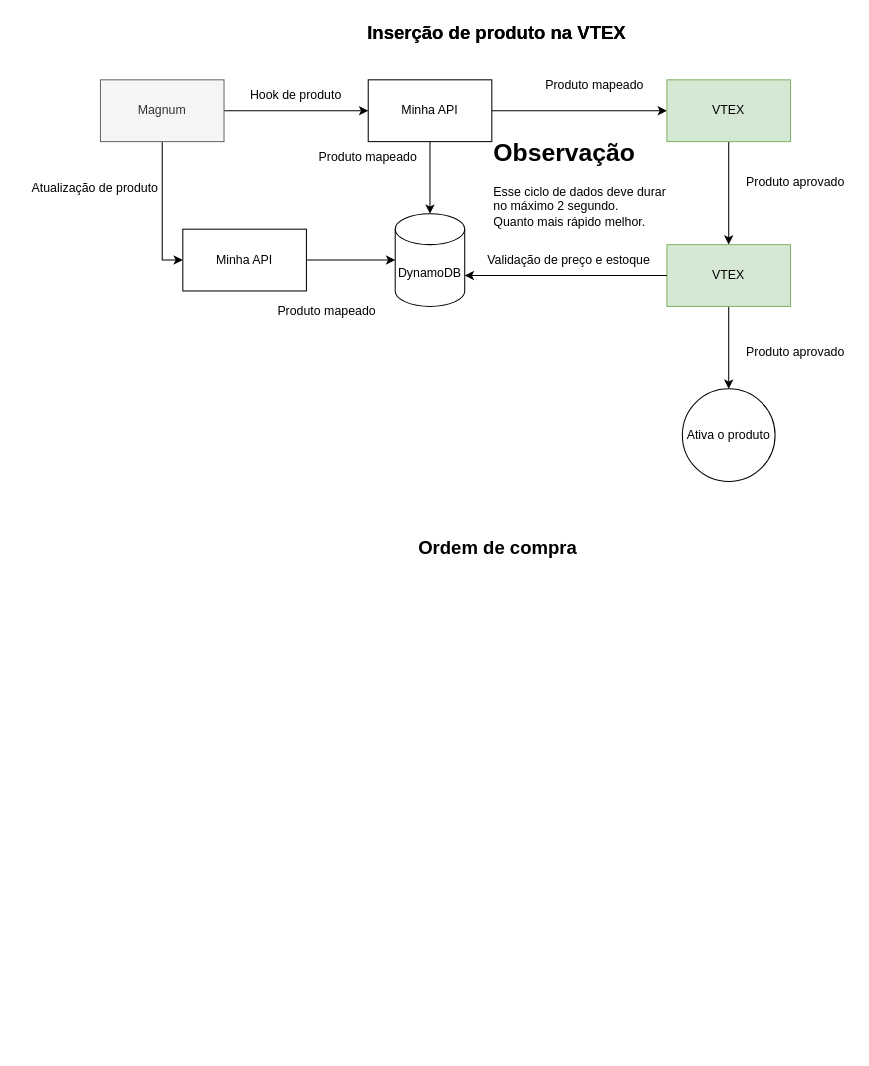
This is fluxo-tech-magnum.drawio from GustavoOliveira11/flowcharts, a draw.io file, before an edit. Source tidied: cells renumbered, new cells numbered last; positions are measured from the earlier drawing's top-left corner, leaving out a move shared by most shapes. Both pictures are drawn from the tidied source at 103%, with x=0, y=0 at pixel (18, 18).
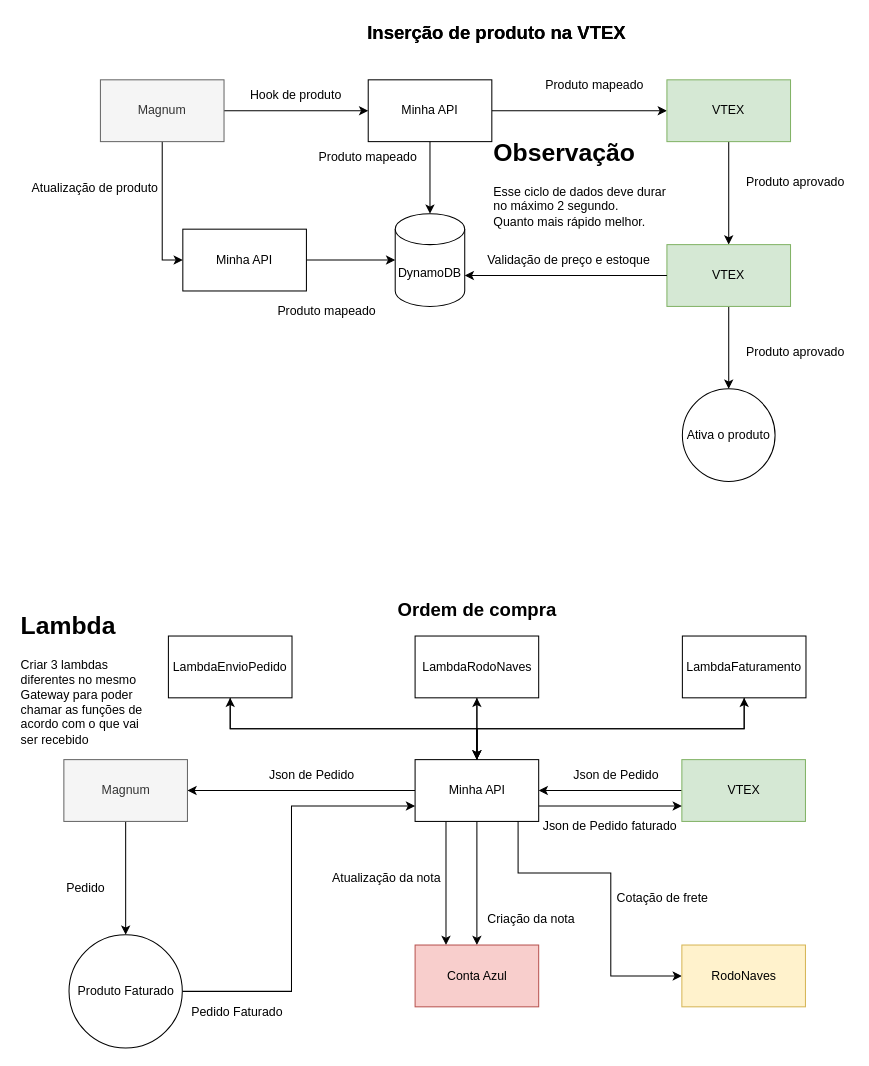
Above is the later version.

What changed in the source:
```diff
@@
     <mxCell id="28" value="Ordem de compra" style="text;html=1;align=center;verticalAlign=middle;whiteSpace=wrap;rounded=0;fontSize=18;fontStyle=1;" parent="1" vertex="1">
-      <mxGeometry x="311" y="500" width="310" height="30" as="geometry" />
+      <mxGeometry x="290.5" y="560" width="310" height="30" as="geometry" />
     </mxCell>
+    <mxCell id="29" style="edgeStyle=orthogonalEdgeStyle;rounded=0;jettySize=auto;html=1;entryX=1;entryY=0.5;entryDx=0;entryDy=0;" parent="1" edge="1" source="30" target="39">
+      <mxGeometry relative="1" as="geometry" />
+    </mxCell>
+    <mxCell id="30" value="VTEX" style="rounded=0;whiteSpace=wrap;html=1;fillColor=#d5e8d4;strokeColor=#82b366;" parent="1" vertex="1">
+      <mxGeometry x="644.5" y="720" width="120" height="60" as="geometry" />
+    </mxCell>
+    <mxCell id="31" style="edgeStyle=orthogonalEdgeStyle;rounded=0;jettySize=auto;html=1;entryX=1;entryY=0.5;entryDx=0;entryDy=0;" parent="1" edge="1" source="39" target="41">
+      <mxGeometry relative="1" as="geometry" />
+    </mxCell>
+    <mxCell id="32" style="edgeStyle=orthogonalEdgeStyle;rounded=0;jettySize=auto;html=1;entryX=0.5;entryY=0;entryDx=0;entryDy=0;" parent="1" edge="1" source="39" target="43">
+      <mxGeometry relative="1" as="geometry" />
+    </mxCell>
+    <mxCell id="33" style="edgeStyle=orthogonalEdgeStyle;rounded=0;jettySize=auto;html=1;entryX=0;entryY=0.5;entryDx=0;entryDy=0;exitX=0.825;exitY=1;exitDx=0;exitDy=0;exitPerimeter=0;" parent="1" edge="1" source="39" target="46">
+      <mxGeometry relative="1" as="geometry">
+        <Array as="points">
+          <mxPoint x="485.5" y="780" />
+          <mxPoint x="485.5" y="830" />
+          <mxPoint x="575.5" y="830" />
+          <mxPoint x="575.5" y="930" />
+        </Array>
+      </mxGeometry>
+    </mxCell>
+    <mxCell id="34" style="edgeStyle=orthogonalEdgeStyle;rounded=0;jettySize=auto;html=1;entryX=0.25;entryY=0;entryDx=0;entryDy=0;" parent="1" edge="1" source="39" target="43">
+      <mxGeometry relative="1" as="geometry">
+        <Array as="points">
+          <mxPoint x="415.5" y="810" />
+          <mxPoint x="415.5" y="810" />
+        </Array>
+      </mxGeometry>
+    </mxCell>
+    <mxCell id="35" style="edgeStyle=orthogonalEdgeStyle;rounded=0;jettySize=auto;html=1;entryX=0;entryY=0.75;entryDx=0;entryDy=0;" parent="1" edge="1" source="39" target="30">
+      <mxGeometry relative="1" as="geometry">
+        <Array as="points">
+          <mxPoint x="535.5" y="765" />
+          <mxPoint x="535.5" y="765" />
+        </Array>
+      </mxGeometry>
+    </mxCell>
+    <mxCell id="36" style="edgeStyle=orthogonalEdgeStyle;rounded=0;jettySize=auto;html=1;entryX=0.5;entryY=1;entryDx=0;entryDy=0;" parent="1" edge="1" source="39" target="59">
+      <mxGeometry relative="1" as="geometry">
+        <Array as="points">
+          <mxPoint x="446" y="690" />
+          <mxPoint x="705" y="690" />
+        </Array>
+      </mxGeometry>
+    </mxCell>
+    <mxCell id="37" style="edgeStyle=orthogonalEdgeStyle;rounded=0;jettySize=auto;html=1;entryX=0.5;entryY=1;entryDx=0;entryDy=0;" parent="1" edge="1" source="39" target="57">
+      <mxGeometry relative="1" as="geometry" />
+    </mxCell>
+    <mxCell id="38" style="edgeStyle=orthogonalEdgeStyle;rounded=0;jettySize=auto;html=1;entryX=0.5;entryY=1;entryDx=0;entryDy=0;" parent="1" edge="1" source="39" target="55">
+      <mxGeometry relative="1" as="geometry">
+        <Array as="points">
+          <mxPoint x="446" y="690" />
+          <mxPoint x="206" y="690" />
+        </Array>
+      </mxGeometry>
+    </mxCell>
+    <mxCell id="39" value="Minha API" style="rounded=0;whiteSpace=wrap;html=1;" parent="1" vertex="1">
+      <mxGeometry x="385.5" y="720" width="120" height="60" as="geometry" />
+    </mxCell>
+    <mxCell id="40" style="edgeStyle=orthogonalEdgeStyle;rounded=0;jettySize=auto;html=1;" parent="1" edge="1" source="41" target="45">
+      <mxGeometry relative="1" as="geometry" />
+    </mxCell>
+    <mxCell id="41" value="Magnum" style="rounded=0;whiteSpace=wrap;html=1;fillColor=#f5f5f5;fontColor=#333333;strokeColor=#666666;" parent="1" vertex="1">
+      <mxGeometry x="44.5" y="720" width="120" height="60" as="geometry" />
+    </mxCell>
+    <mxCell id="42" value="Json de Pedido" style="text;html=1;align=center;verticalAlign=middle;whiteSpace=wrap;rounded=0;" parent="1" vertex="1">
+      <mxGeometry x="535.5" y="720" width="90" height="30" as="geometry" />
+    </mxCell>
+    <mxCell id="43" value="Conta Azul" style="rounded=0;whiteSpace=wrap;html=1;fillColor=#f8cecc;strokeColor=#b85450;" parent="1" vertex="1">
+      <mxGeometry x="385.5" y="900" width="120" height="60" as="geometry" />
+    </mxCell>
+    <mxCell id="44" style="edgeStyle=orthogonalEdgeStyle;rounded=0;jettySize=auto;html=1;entryX=0;entryY=0.75;entryDx=0;entryDy=0;" parent="1" edge="1" source="45" target="39">
+      <mxGeometry relative="1" as="geometry">
+        <Array as="points">
+          <mxPoint x="265.5" y="945" />
+          <mxPoint x="265.5" y="765" />
+        </Array>
+      </mxGeometry>
+    </mxCell>
+    <mxCell id="45" value="Produto Faturado" style="ellipse;whiteSpace=wrap;html=1;" parent="1" vertex="1">
+      <mxGeometry x="49.5" y="890" width="110" height="110" as="geometry" />
+    </mxCell>
+    <mxCell id="46" value="RodoNaves" style="rounded=0;whiteSpace=wrap;html=1;fillColor=#fff2cc;strokeColor=#d6b656;" parent="1" vertex="1">
+      <mxGeometry x="644.5" y="900" width="120" height="60" as="geometry" />
+    </mxCell>
+    <mxCell id="47" value="Json de Pedido faturado" style="text;html=1;align=center;verticalAlign=middle;whiteSpace=wrap;rounded=0;" parent="1" vertex="1">
+      <mxGeometry x="506.5" y="770" width="136" height="30" as="geometry" />
+    </mxCell>
+    <mxCell id="48" value="Cotação de frete" style="text;html=1;align=center;verticalAlign=middle;whiteSpace=wrap;rounded=0;" parent="1" vertex="1">
+      <mxGeometry x="565.5" y="840" width="120" height="30" as="geometry" />
+    </mxCell>
+    <mxCell id="49" value="Criação da nota" style="text;html=1;align=center;verticalAlign=middle;whiteSpace=wrap;rounded=0;" parent="1" vertex="1">
+      <mxGeometry x="448.2" y="860" width="101" height="30" as="geometry" />
+    </mxCell>
+    <mxCell id="50" value="Atualização da nota" style="text;html=1;align=center;verticalAlign=middle;whiteSpace=wrap;rounded=0;" parent="1" vertex="1">
+      <mxGeometry x="300.5" y="820" width="114" height="30" as="geometry" />
+    </mxCell>
+    <mxCell id="51" value="Pedido Faturado" style="text;html=1;align=center;verticalAlign=middle;whiteSpace=wrap;rounded=0;" parent="1" vertex="1">
+      <mxGeometry x="159.5" y="950" width="106" height="30" as="geometry" />
+    </mxCell>
+    <mxCell id="52" value="Json de Pedido" style="text;html=1;align=center;verticalAlign=middle;whiteSpace=wrap;rounded=0;" parent="1" vertex="1">
+      <mxGeometry x="235.5" y="720" width="99" height="30" as="geometry" />
+    </mxCell>
+    <mxCell id="53" value="Pedido" style="text;html=1;align=center;verticalAlign=middle;whiteSpace=wrap;rounded=0;" parent="1" vertex="1">
+      <mxGeometry x="35.5" y="830" width="60" height="30" as="geometry" />
+    </mxCell>
+    <mxCell id="54" style="edgeStyle=orthogonalEdgeStyle;rounded=0;jettySize=auto;html=1;entryX=0.5;entryY=0;entryDx=0;entryDy=0;" parent="1" edge="1" source="55" target="39">
+      <mxGeometry relative="1" as="geometry">
+        <Array as="points">
+          <mxPoint x="206" y="690" />
+          <mxPoint x="446" y="690" />
+        </Array>
+      </mxGeometry>
+    </mxCell>
+    <mxCell id="55" value="LambdaEnvioPedido" style="rounded=0;whiteSpace=wrap;html=1;" parent="1" vertex="1">
+      <mxGeometry x="146" y="600" width="120" height="60" as="geometry" />
+    </mxCell>
+    <mxCell id="56" style="edgeStyle=orthogonalEdgeStyle;rounded=0;jettySize=auto;html=1;entryX=0.5;entryY=0;entryDx=0;entryDy=0;" parent="1" edge="1" source="57" target="39">
+      <mxGeometry relative="1" as="geometry" />
+    </mxCell>
+    <mxCell id="57" value="LambdaRodoNaves" style="rounded=0;whiteSpace=wrap;html=1;" parent="1" vertex="1">
+      <mxGeometry x="385.5" y="600" width="120" height="60" as="geometry" />
+    </mxCell>
+    <mxCell id="58" style="edgeStyle=orthogonalEdgeStyle;rounded=0;jettySize=auto;html=1;entryX=0.5;entryY=0;entryDx=0;entryDy=0;" parent="1" edge="1" source="59" target="39">
+      <mxGeometry relative="1" as="geometry">
+        <Array as="points">
+          <mxPoint x="705" y="690" />
+          <mxPoint x="446" y="690" />
+        </Array>
+      </mxGeometry>
+    </mxCell>
+    <mxCell id="59" value="LambdaFaturamento" style="rounded=0;whiteSpace=wrap;html=1;" parent="1" vertex="1">
+      <mxGeometry x="645" y="600" width="120" height="60" as="geometry" />
+    </mxCell>
+    <mxCell id="60" value="&lt;h1 style=&quot;margin-top: 0px;&quot;&gt;Lambda&lt;/h1&gt;&lt;div&gt;Criar 3 lambdas diferentes no mesmo Gateway para poder chamar as funções de acordo com o que vai ser recebido&lt;/div&gt;" style="text;html=1;whiteSpace=wrap;overflow=hidden;rounded=0;" parent="1" vertex="1">
+      <mxGeometry x="0.5" y="570" width="130" height="140" as="geometry" />
+    </mxCell>
```
